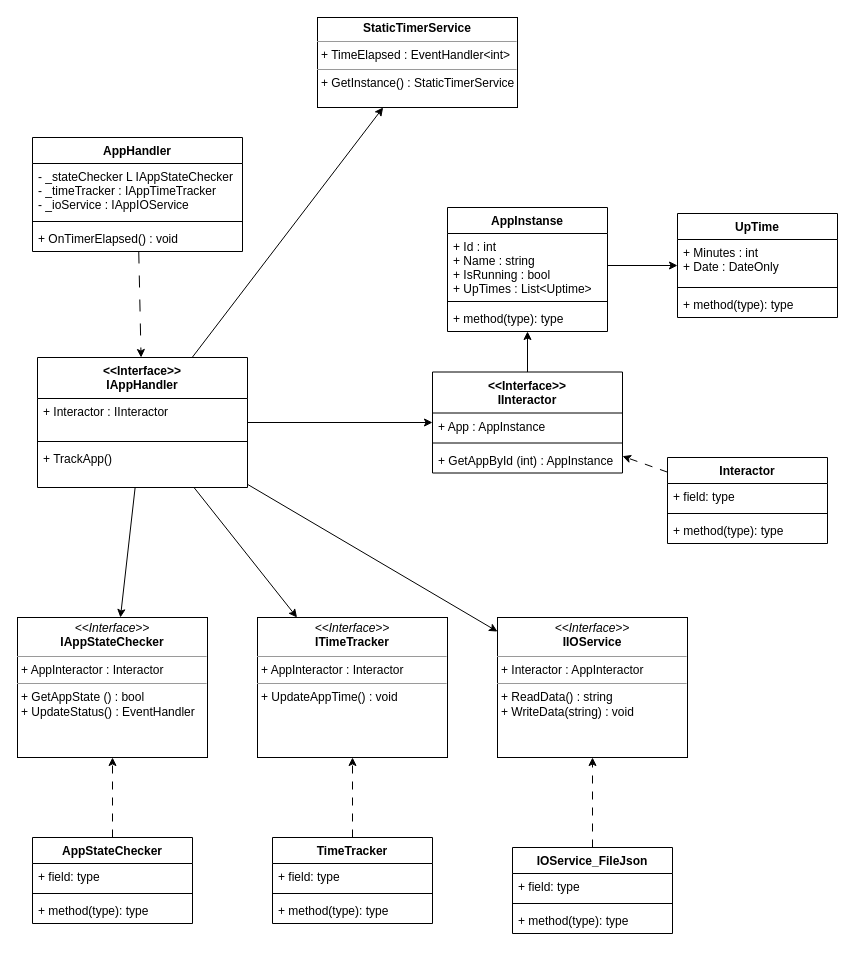
Above: page "TrackedAppClasses" (2 of 5) of docs/Diagrams/Diagram1.drawio in villaclara/ata-reborn (draw.io), before the change. Source tidied: cells renumbered, new cells numbered last; positions are measured from the earlier drawing's top-left corner, leaving out a move shared by most shapes. Both pictures are drawn from the tidied source at 100%, with x=0, y=0 at pixel (17, 17).
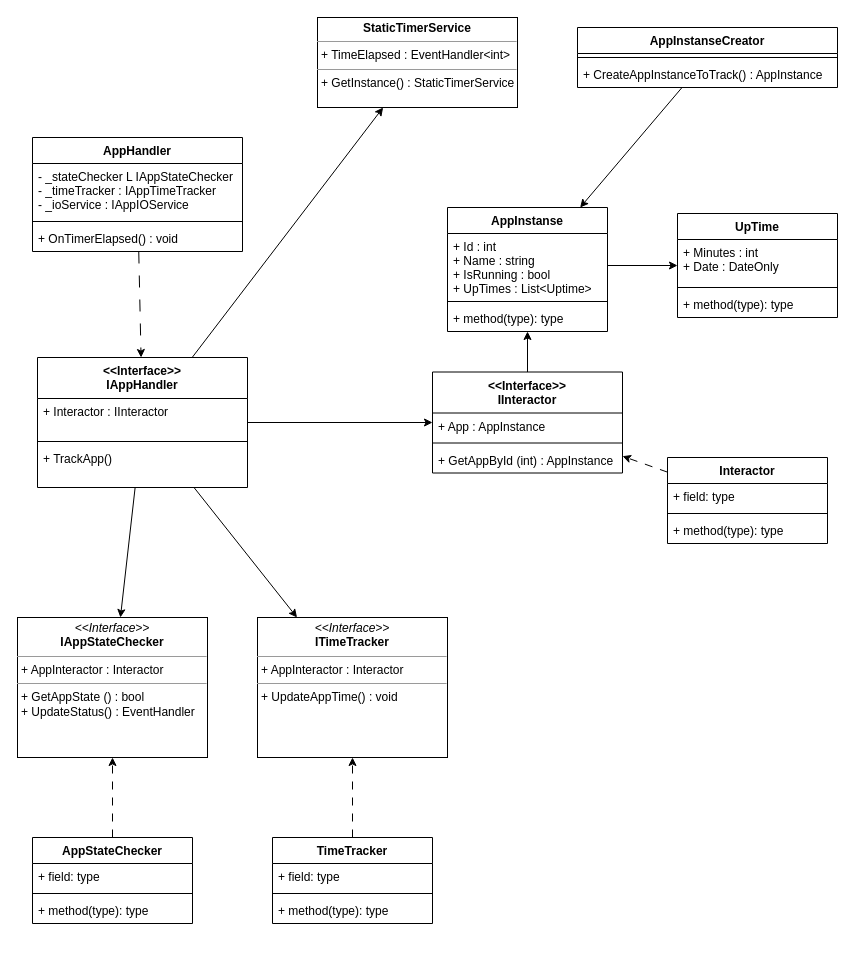
The same diagram, later.

Unchanged cells that the change refers to:
```xml
<mxCell id="2" value="AppInstanse" style="swimlane;fontStyle=1;align=center;verticalAlign=top;horizontal=1;startSize=26;" parent="1" vertex="1">
  <mxGeometry x="430" y="190" width="160" height="124" as="geometry" />
</mxCell>
<mxCell id="44" value="&lt;&lt;Interface&gt;&gt;&#10;IAppHandler" style="swimlane;fontStyle=1;align=center;verticalAlign=top;horizontal=1;startSize=41;" parent="1" vertex="1">
  <mxGeometry x="20" y="340" width="210" height="130" as="geometry" />
</mxCell>
```

The edit, as a diff of the source:
```diff
@@
-    <mxCell id="27" value="&lt;p style=&quot;margin:0px;margin-top:4px;text-align:center;&quot;&gt;&lt;i&gt;&amp;lt;&amp;lt;Interface&amp;gt;&amp;gt;&lt;/i&gt;&lt;br&gt;&lt;b&gt;IIOService&lt;/b&gt;&lt;/p&gt;&lt;hr size=&quot;1&quot;&gt;&lt;p style=&quot;margin:0px;margin-left:4px;&quot;&gt;+ Interactor : AppInteractor&lt;/p&gt;&lt;hr size=&quot;1&quot;&gt;&lt;p style=&quot;margin:0px;margin-left:4px;&quot;&gt;+ ReadData() : string&lt;/p&gt;&lt;p style=&quot;margin:0px;margin-left:4px;&quot;&gt;+ WriteData(string) : void&lt;/p&gt;" style="verticalAlign=top;align=left;overflow=fill;fontSize=12;fontFamily=Helvetica;html=1;" parent="1" vertex="1">
-      <mxGeometry x="480" y="600" width="190" height="140" as="geometry" />
-    </mxCell>
@@
-    <mxCell id="33" style="edgeStyle=none;html=1;dashed=1;dashPattern=8 8;" parent="1" edge="1" source="34" target="27">
-      <mxGeometry relative="1" as="geometry" />
-    </mxCell>
-    <mxCell id="34" value="IOService_FileJson" style="swimlane;fontStyle=1;align=center;verticalAlign=top;horizontal=1;startSize=26;" parent="1" vertex="1">
-      <mxGeometry x="495" y="830" width="160" height="86" as="geometry" />
-    </mxCell>
-    <mxCell id="35" value="+ field: type" style="text;strokeColor=none;fillColor=none;align=left;verticalAlign=top;spacingLeft=4;spacingRight=4;overflow=hidden;" parent="34" vertex="1">
-      <mxGeometry y="26" width="160" height="26" as="geometry" />
-    </mxCell>
-    <mxCell id="36" style="line;strokeWidth=1;fillColor=none;align=left;verticalAlign=middle;spacingTop=-1;spacingLeft=3;spacingRight=3;labelPosition=right;strokeColor=inherit;" parent="34" vertex="1">
-      <mxGeometry y="52" width="160" height="8" as="geometry" />
-    </mxCell>
-    <mxCell id="37" value="+ method(type): type" style="text;strokeColor=none;fillColor=none;align=left;verticalAlign=top;spacingLeft=4;spacingRight=4;overflow=hidden;" parent="34" vertex="1">
-      <mxGeometry y="60" width="160" height="26" as="geometry" />
-    </mxCell>
@@
-    <mxCell id="42" style="edgeStyle=none;html=1;" parent="1" edge="1" source="44" target="27">
-      <mxGeometry relative="1" as="geometry" />
-    </mxCell>
@@
+    <mxCell id="54" style="edgeStyle=none;html=1;" parent="1" edge="1" source="55" target="2">
+      <mxGeometry relative="1" as="geometry" />
+    </mxCell>
+    <mxCell id="55" value="AppInstanseCreator" style="swimlane;fontStyle=1;align=center;verticalAlign=top;horizontal=1;startSize=26;" parent="1" vertex="1">
+      <mxGeometry x="560" y="10" width="260" height="60" as="geometry" />
+    </mxCell>
+    <mxCell id="56" style="line;strokeWidth=1;fillColor=none;align=left;verticalAlign=middle;spacingTop=-1;spacingLeft=3;spacingRight=3;labelPosition=right;strokeColor=inherit;" parent="55" vertex="1">
+      <mxGeometry y="26" width="260" height="8" as="geometry" />
+    </mxCell>
+    <mxCell id="57" value="+ CreateAppInstanceToTrack() : AppInstance" style="text;strokeColor=none;fillColor=none;align=left;verticalAlign=top;spacingLeft=4;spacingRight=4;overflow=hidden;" parent="55" vertex="1">
+      <mxGeometry y="34" width="260" height="26" as="geometry" />
+    </mxCell>
```
